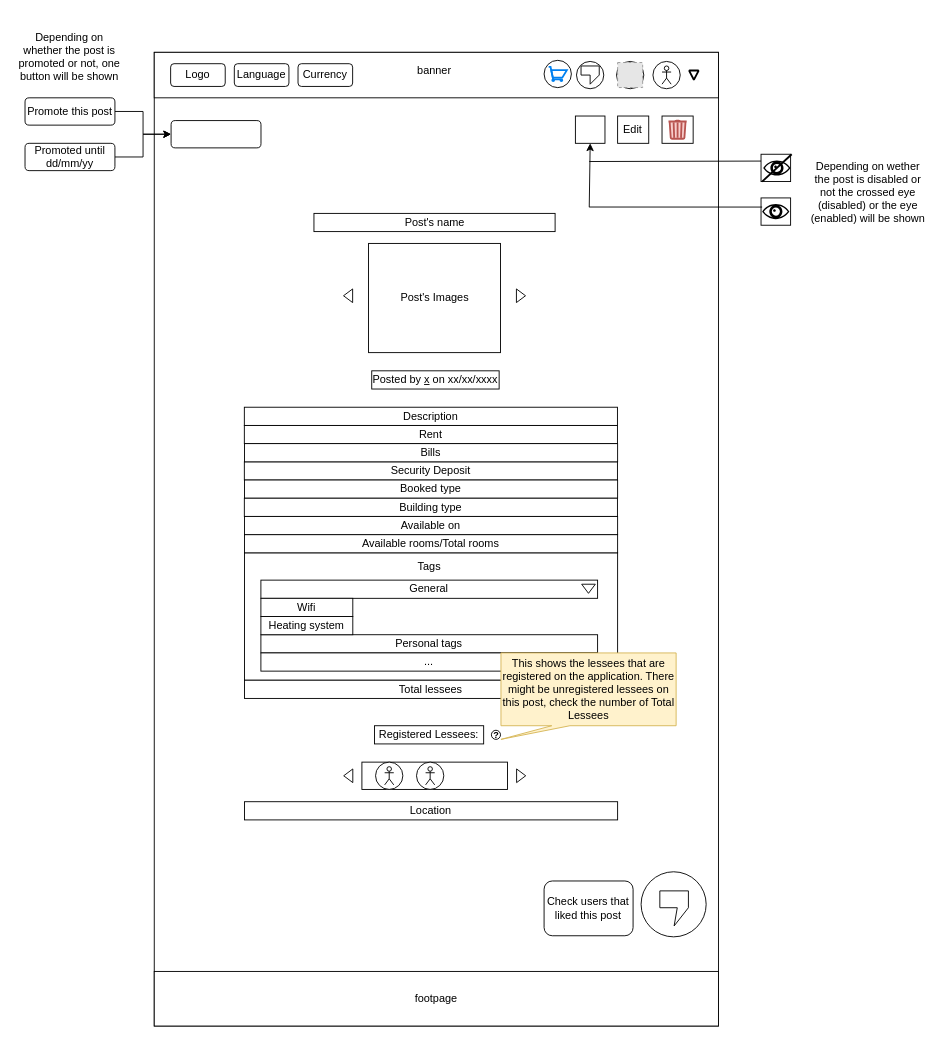
Before: CroquisWeb/DrawIO/My Building Post View.drawio in sofwarebakery/CroquisWeb, a draw.io diagram. Source tidied: cells renumbered, new cells numbered last; positions are measured from the earlier drawing's top-left corner, leaving out a move shared by most shapes. Both pictures are drawn from the tidied source at 91%, with x=0, y=0 at pixel (15, 15). Pictures stored in the file or linked from it are replaced by grey dashed boxes.
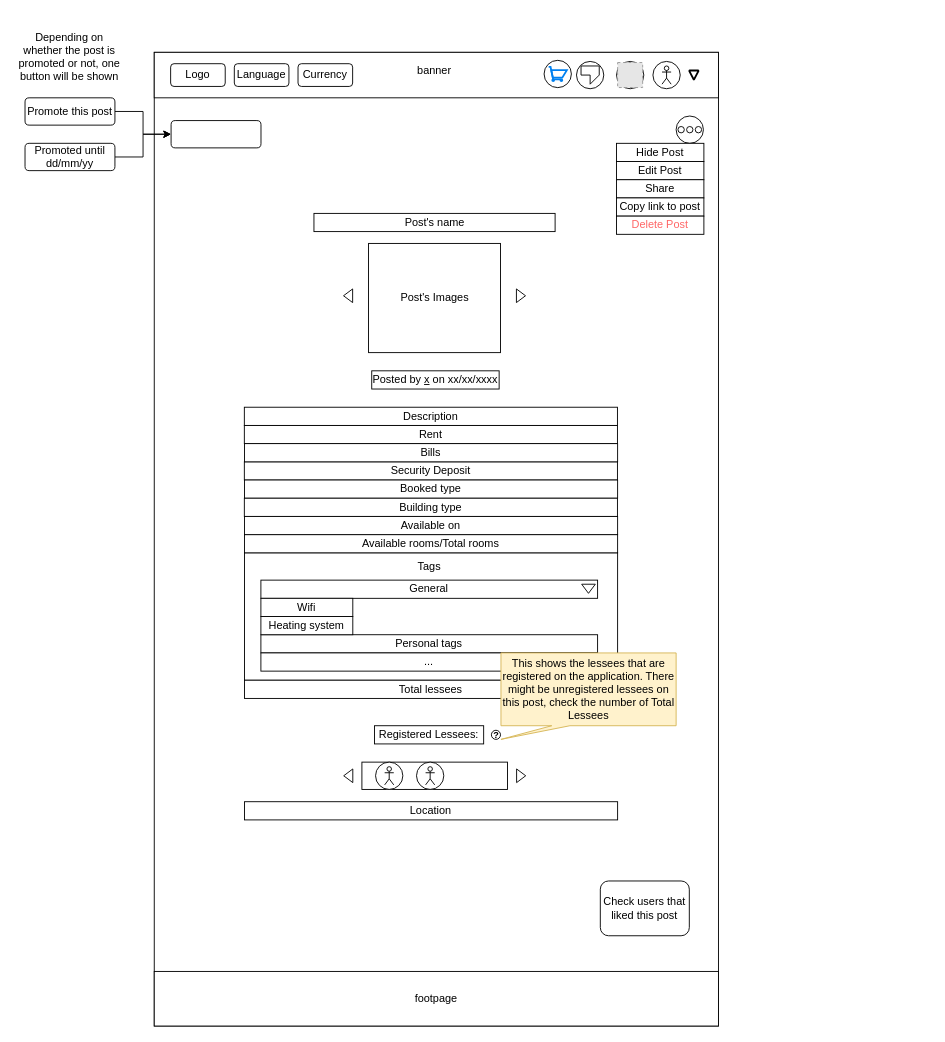
The same diagram, later.

The change refers to these unchanged cells:
```xml
<mxCell id="2" style="rounded=0;whiteSpace=wrap;html=1;" parent="1" vertex="1">
  <mxGeometry x="153" y="40" width="620" height="1070" as="geometry" />
</mxCell>
```

Change to the diagram source:
```diff
@@
-    <mxCell id="22" style="ellipse;whiteSpace=wrap;html=1;" parent="1" vertex="1">
-      <mxGeometry x="688" y="940.5" width="71.5" height="71.5" as="geometry" />
-    </mxCell>
-    <mxCell id="23" style="shape=callout;whiteSpace=wrap;html=1;perimeter=calloutPerimeter;size=20;position=0.61;" parent="1" vertex="1">
-      <mxGeometry x="708.6" y="961.5" width="31.4" height="38.5" as="geometry" />
-    </mxCell>
@@
-    <mxCell id="53" style="rounded=0;whiteSpace=wrap;html=1;" parent="1" vertex="1">
-      <mxGeometry x="711" y="110" width="34.2" height="30" as="geometry" />
-    </mxCell>
-    <mxCell id="54" style="html=1;verticalLabelPosition=bottom;align=center;labelBackgroundColor=#ffffff;verticalAlign=top;strokeWidth=2;strokeColor=#b85450;shadow=0;dashed=0;shape=mxgraph.ios7.icons.trashcan;fillColor=#f8cecc;" parent="1" vertex="1">
-      <mxGeometry x="718.1" y="115" width="20" height="20" as="geometry" />
-    </mxCell>
-    <mxCell id="55" value="Edit" style="rounded=0;whiteSpace=wrap;html=1;" parent="1" vertex="1">
-      <mxGeometry x="662.2" y="110" width="34.2" height="30" as="geometry" />
-    </mxCell>
@@
     <mxCell id="58" value="Check users that liked this post" style="rounded=1;whiteSpace=wrap;html=1;" parent="1" vertex="1">
-      <mxGeometry x="581.4" y="950.6" width="97.8" height="60.2" as="geometry" />
+      <mxGeometry x="643.2" y="950.6" width="97.8" height="60.2" as="geometry" />
     </mxCell>
@@
-    <mxCell id="65" style="rounded=0;whiteSpace=wrap;html=1;" parent="1" vertex="1">
-      <mxGeometry x="615.8" y="110" width="32.5" height="30" as="geometry" />
-    </mxCell>
-    <mxCell id="66" style="rounded=0;whiteSpace=wrap;html=1;" parent="1" vertex="1">
-      <mxGeometry x="819.8" y="200" width="32.5" height="30" as="geometry" />
-    </mxCell>
-    <mxCell id="67" style="rounded=0;whiteSpace=wrap;html=1;" parent="1" vertex="1">
-      <mxGeometry x="819.8" y="152" width="32.5" height="30" as="geometry" />
-    </mxCell>
-    <mxCell id="68" style="shape=mxgraph.signs.healthcare.eye;html=1;fillColor=#000000;strokeColor=none;verticalLabelPosition=bottom;verticalAlign=top;align=center;" parent="1" vertex="1">
-      <mxGeometry x="822.2" y="158.8" width="30" height="16.5" as="geometry" />
-    </mxCell>
-    <mxCell id="69" style="endArrow=none;html=1;rounded=0;exitX=0;exitY=1;exitDx=0;exitDy=0;strokeWidth=2;entryX=1;entryY=0;entryDx=0;entryDy=0;" parent="1" edge="1">
-      <mxGeometry relative="1" as="geometry">
-        <mxPoint x="821" y="182" as="sourcePoint" />
-        <mxPoint x="853.5" y="152" as="targetPoint" />
-      </mxGeometry>
-    </mxCell>
-    <mxCell id="70" style="shape=mxgraph.signs.healthcare.eye;html=1;fillColor=#000000;strokeColor=none;verticalLabelPosition=bottom;verticalAlign=top;align=center;" parent="1" vertex="1">
-      <mxGeometry x="821" y="206.8" width="30" height="16.5" as="geometry" />
-    </mxCell>
-    <mxCell id="71" style="endArrow=classic;html=1;rounded=0;entryX=0.5;entryY=1;entryDx=0;entryDy=0;exitX=0.771;exitY=0.159;exitDx=0;exitDy=0;exitPerimeter=0;" parent="1" edge="1" source="2" target="65">
-      <mxGeometry relative="1" as="geometry" />
-    </mxCell>
-    <mxCell id="72" style="endArrow=none;html=1;rounded=0;entryX=0;entryY=0.197;entryDx=0;entryDy=0;entryPerimeter=0;" parent="1" edge="1" target="70">
-      <mxGeometry relative="1" as="geometry">
-        <mxPoint x="631" y="210" as="sourcePoint" />
-      </mxGeometry>
-    </mxCell>
-    <mxCell id="73" style="endArrow=none;html=1;rounded=0;entryX=0;entryY=0.25;entryDx=0;entryDy=0;" parent="1" edge="1" target="67">
-      <mxGeometry relative="1" as="geometry">
-        <mxPoint x="631" y="160" as="sourcePoint" />
-      </mxGeometry>
-    </mxCell>
-    <mxCell id="74" value="Depending on wether the post is disabled or not the crossed eye (disabled) or the eye (enabled) will be shown" style="text;html=1;strokeColor=none;fillColor=none;align=center;verticalAlign=middle;whiteSpace=wrap;rounded=0;" parent="1" vertex="1">
-      <mxGeometry x="871" y="171.5" width="133" height="45" as="geometry" />
-    </mxCell>
+    <mxCell id="75" style="ellipse;whiteSpace=wrap;html=1;" parent="1" vertex="1">
+      <mxGeometry x="726.5" y="110" width="30" height="30" as="geometry" />
+    </mxCell>
+    <mxCell id="76" style="ellipse;whiteSpace=wrap;html=1;" parent="1" vertex="1">
+      <mxGeometry x="747.5" y="121.5" width="7" height="7" as="geometry" />
+    </mxCell>
+    <mxCell id="77" style="ellipse;whiteSpace=wrap;html=1;" parent="1" vertex="1">
+      <mxGeometry x="738" y="121.5" width="7" height="7" as="geometry" />
+    </mxCell>
+    <mxCell id="78" style="ellipse;whiteSpace=wrap;html=1;" parent="1" vertex="1">
+      <mxGeometry x="728.5" y="121.5" width="7" height="7" as="geometry" />
+    </mxCell>
+    <mxCell id="79" value="Hide Post" style="rounded=0;whiteSpace=wrap;html=1;" parent="1" vertex="1">
+      <mxGeometry x="661" y="140" width="96" height="20" as="geometry" />
+    </mxCell>
+    <mxCell id="80" value="Edit Post" style="rounded=0;whiteSpace=wrap;html=1;" parent="1" vertex="1">
+      <mxGeometry x="661" y="160" width="96" height="20" as="geometry" />
+    </mxCell>
+    <mxCell id="81" value="Share" style="rounded=0;whiteSpace=wrap;html=1;" parent="1" vertex="1">
+      <mxGeometry x="661" y="180" width="96" height="20" as="geometry" />
+    </mxCell>
+    <mxCell id="82" value="Copy link to post" style="rounded=0;whiteSpace=wrap;html=1;" parent="1" vertex="1">
+      <mxGeometry x="661" y="200" width="96" height="20" as="geometry" />
+    </mxCell>
+    <mxCell id="83" value="&lt;font color=&quot;#ff6666&quot;&gt;Delete Post&lt;/font&gt;" style="rounded=0;whiteSpace=wrap;html=1;" parent="1" vertex="1">
+      <mxGeometry x="661" y="220" width="96" height="20" as="geometry" />
+    </mxCell>
```
